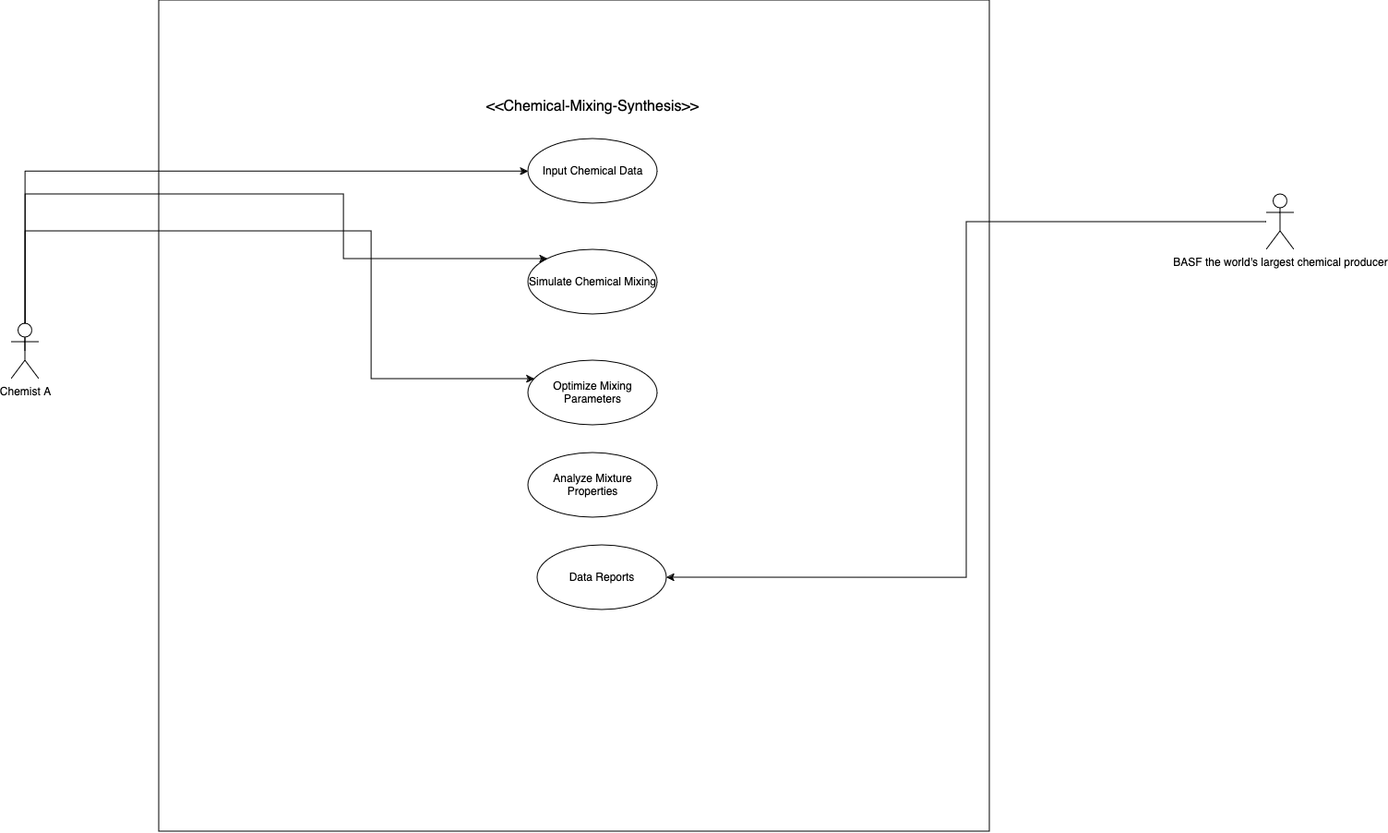
Before: use-case.png, a diagram exported from draw.io (a-l-a-z-a-r/Chemical-Mixing-Data-Synthesis). Source tidied: cells renumbered, new cells last; positions are measured from the earlier drawing's top-left corner, leaving out a move shared by most shapes.
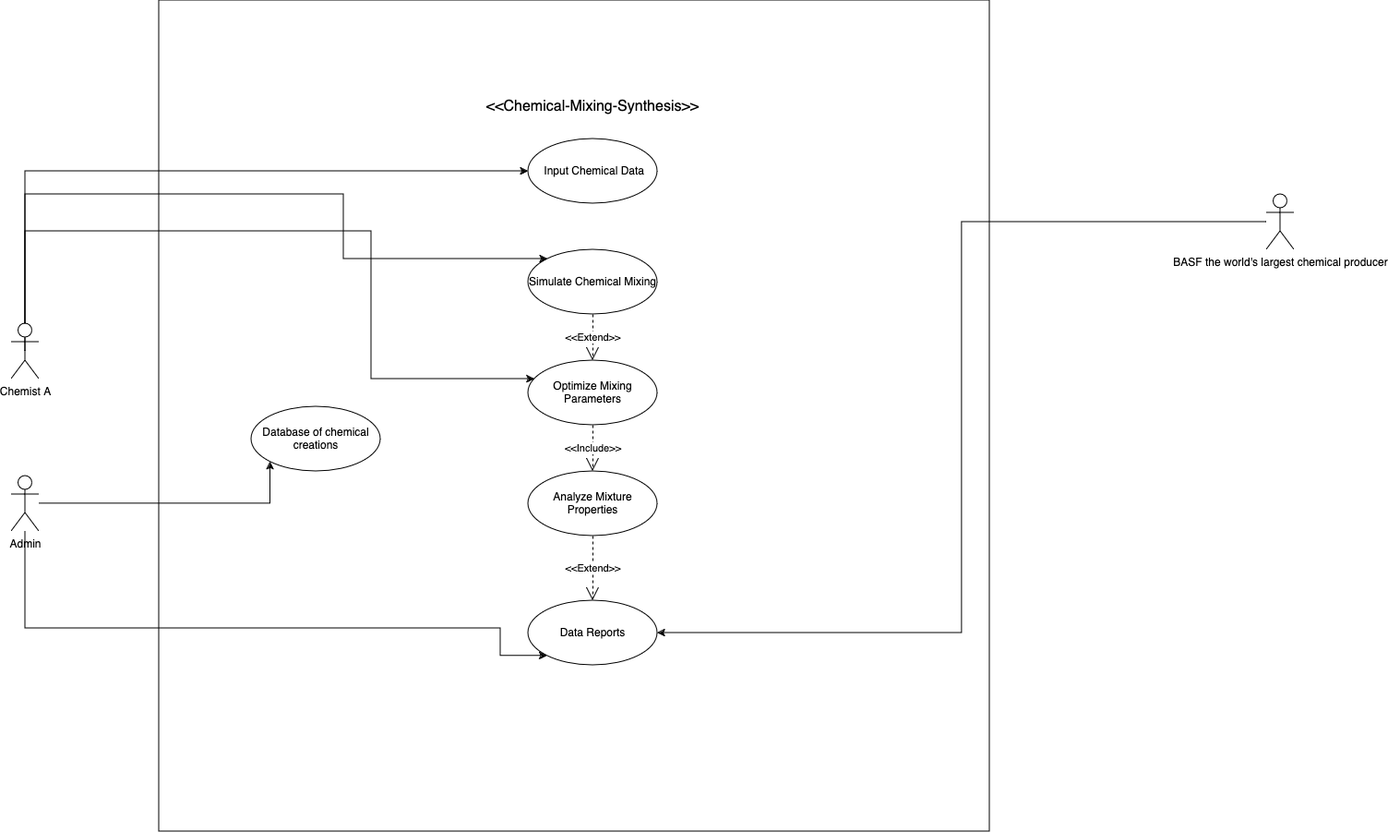
After the change.

Change to the diagram source:
```diff
@@ -39,7 +39,7 @@
     <mxCell id="8" value="BASF the world's largest chemical producer" style="shape=umlActor;verticalLabelPosition=bottom;verticalAlign=top;html=1;outlineConnect=0;labelBackgroundColor=none;" parent="1" vertex="1">
       <mxGeometry x="1360" y="210" width="30" height="60" as="geometry" />
     </mxCell>
-    <mxCell id="9" value=" Input Chemical Data" style="ellipse;whiteSpace=wrap;html=1;labelBackgroundColor=none;" parent="1" vertex="1">
+    <mxCell id="9" value="&amp;nbsp;Input Chemical Data" style="ellipse;whiteSpace=wrap;html=1;labelBackgroundColor=none;" parent="1" vertex="1">
       <mxGeometry x="560" y="150" width="140" height="70" as="geometry" />
     </mxCell>
     <mxCell id="10" value="Simulate Chemical Mixing" style="ellipse;whiteSpace=wrap;html=1;labelBackgroundColor=none;" parent="1" vertex="1">
@@ -49,13 +49,40 @@
       <mxGeometry x="560" y="390" width="140" height="70" as="geometry" />
     </mxCell>
     <mxCell id="12" value="Analyze Mixture Properties" style="ellipse;whiteSpace=wrap;html=1;" parent="1" vertex="1">
-      <mxGeometry x="560" y="490" width="140" height="70" as="geometry" />
+      <mxGeometry x="560" y="510" width="140" height="70" as="geometry" />
     </mxCell>
     <mxCell id="13" value="Data Reports" style="ellipse;whiteSpace=wrap;html=1;" parent="1" vertex="1">
-      <mxGeometry x="570" y="590" width="140" height="70" as="geometry" />
+      <mxGeometry x="560" y="650" width="140" height="70" as="geometry" />
     </mxCell>
     <mxCell id="14" value="&amp;lt;&amp;lt;Chemical-Mixing-Synthesis&amp;gt;&amp;gt;" style="text;strokeColor=none;fillColor=none;html=1;align=center;verticalAlign=middle;whiteSpace=wrap;rounded=0;fontSize=16;" parent="1" vertex="1">
       <mxGeometry x="485" y="100" width="290" height="30" as="geometry" />
     </mxCell>
+    <mxCell id="15" value="&amp;lt;&amp;lt;Extend&amp;gt;&amp;gt;" style="endArrow=open;endSize=12;dashed=1;html=1;rounded=0;exitX=0.5;exitY=1;exitDx=0;exitDy=0;entryX=0.5;entryY=0;entryDx=0;entryDy=0;" parent="1" edge="1" source="10" target="11">
+      <mxGeometry relative="1" as="geometry" />
+    </mxCell>
+    <mxCell id="16" value="&amp;lt;&amp;lt;Include&amp;gt;&amp;gt;" style="endArrow=open;endSize=12;dashed=1;html=1;rounded=0;" parent="1" edge="1" source="11" target="12">
+      <mxGeometry relative="1" as="geometry" />
+    </mxCell>
+    <mxCell id="17" value="&amp;lt;&amp;lt;Extend&amp;gt;&amp;gt; " style="endArrow=open;endSize=12;dashed=1;html=1;rounded=0;exitX=0.5;exitY=1;exitDx=0;exitDy=0;entryX=0.5;entryY=0;entryDx=0;entryDy=0;" parent="1" edge="1" source="12" target="13">
+      <mxGeometry relative="1" as="geometry" />
+    </mxCell>
+    <mxCell id="18" value="Database of chemical creations " style="ellipse;whiteSpace=wrap;html=1;" parent="1" vertex="1">
+      <mxGeometry x="260" y="440" width="140" height="70" as="geometry" />
+    </mxCell>
+    <mxCell id="19" style="edgeStyle=orthogonalEdgeStyle;rounded=0;jettySize=auto;html=1;entryX=0;entryY=1;entryDx=0;entryDy=0;" parent="1" edge="1" source="21" target="18">
+      <mxGeometry relative="1" as="geometry" />
+    </mxCell>
+    <mxCell id="20" style="edgeStyle=orthogonalEdgeStyle;rounded=0;jettySize=auto;html=1;entryX=0;entryY=1;entryDx=0;entryDy=0;" parent="1" edge="1" source="21" target="13">
+      <mxGeometry relative="1" as="geometry">
+        <Array as="points">
+          <mxPoint x="15" y="680" />
+          <mxPoint x="530" y="680" />
+          <mxPoint x="530" y="710" />
+        </Array>
+      </mxGeometry>
+    </mxCell>
+    <mxCell id="21" value="Admin " style="shape=umlActor;verticalLabelPosition=bottom;verticalAlign=top;html=1;" parent="1" vertex="1">
+      <mxGeometry y="515" width="30" height="60" as="geometry" />
+    </mxCell>
   </root>
 </mxGraphModel>
```
